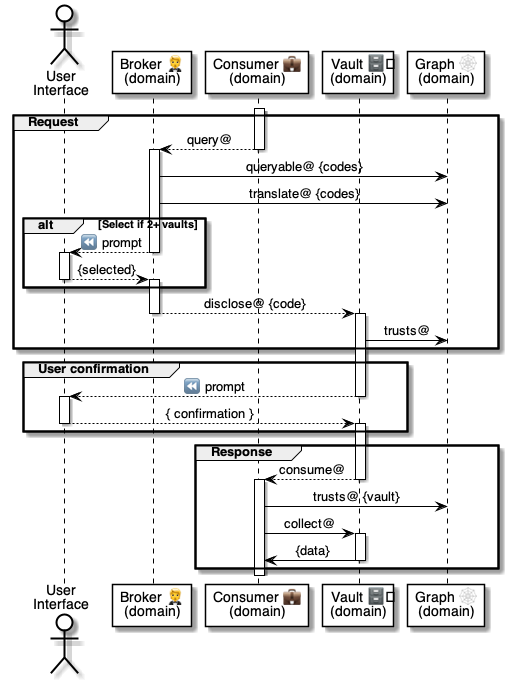
Earlier version of the PlantUML export 5 ⏩ Flows/20 💼⏩ Consumers/.📎 Assets/⚙️ Query Vault.png (pollyweb-org/pollyweb-docs). Its source is kept beside it as 5 ⏩ Flows/20 💼⏩ Consumers/.📎 Assets/⚙️ Query Vault.puml.
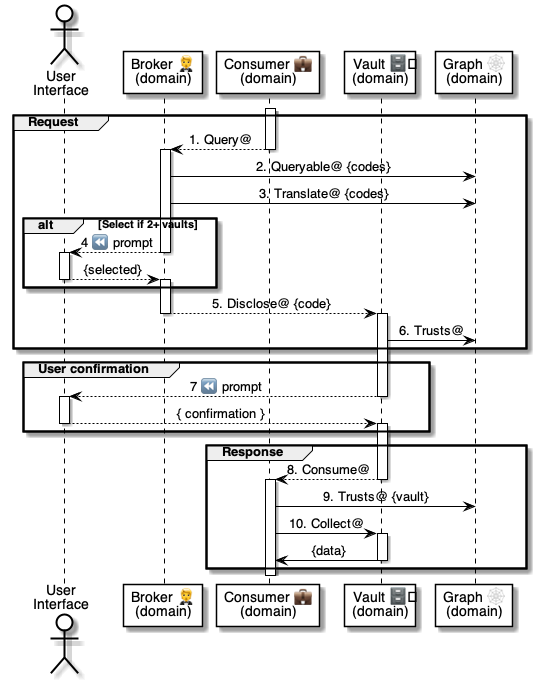
The same file after the commit.

What changed in the source:
```diff
@@ -12,15 +12,15 @@
 
 group Request
 
-    consumer --> broker: query@
+    consumer --> broker: 1. Query@
     deactivate consumer
 
     activate broker
-    broker -> graph: queryable@ {codes}
-    broker -> graph: translate@ {codes}
+    broker -> graph: 2. Queryable@ {codes}
+    broker -> graph: 3. Translate@ {codes}
 
     alt Select if 2+ vaults
-        broker --> user: ⏪ prompt
+        broker --> user: 4 ⏪ prompt
         deactivate broker
 
         activate user
@@ -30,17 +30,17 @@
         activate broker
     end alt
 
-    broker --> vault: disclose@ {code}
+    broker --> vault: 5. Disclose@ {code}
     deactivate broker
 
     activate vault
-    vault -> graph: trusts@
+    vault -> graph: 6. Trusts@
 
 end group
 
 group User confirmation
 
-    vault --> user: ⏪ prompt
+    vault --> user: 7 ⏪ prompt
     deactivate vault
 
     activate user
@@ -54,12 +54,12 @@
 
 group Response
 
-        vault --> consumer: consume@
+        vault --> consumer: 8. Consume@
     deactivate vault
 
     activate consumer
-        consumer -> graph: trusts@ {vault}
-        consumer -> vault: collect@
+        consumer -> graph: 9. Trusts@ {vault}
+        consumer -> vault: 10. Collect@
         activate vault
             vault -> consumer: {data}
         deactivate vault
```
